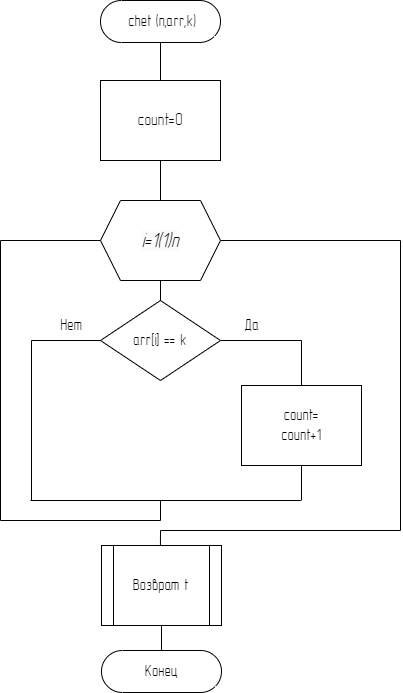
The draw.io diagram LAB_VP_4_7.png in KirillBaboshko/labvp4, before a commit. Source tidied: cells renumbered, new cells last; positions are measured from the earlier drawing's top-left corner, leaving out a move shared by most shapes.
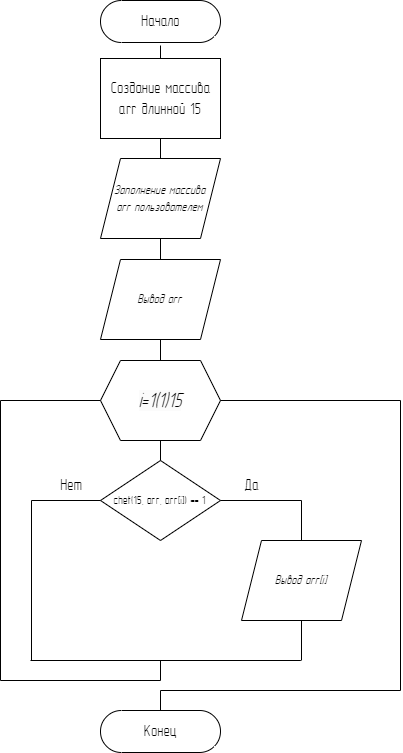
After the commit.

The edit, as a diff of the source:
```diff
@@ -2,96 +2,101 @@
   <root>
     <mxCell id="0" />
     <mxCell id="1" parent="0" />
-    <mxCell id="2" value="&lt;font style=&quot;font-size: 16px;&quot;&gt;&amp;nbsp;chet&lt;font style=&quot;font-size: 16px;&quot;&gt;&amp;nbsp;(n,arr,k)&lt;/font&gt;&lt;/font&gt;" style="html=1;dashed=0;whiteSpace=wrap;shape=mxgraph.dfd.start;fontFamily=GOST type A;" parent="1" vertex="1">
-      <mxGeometry x="100" width="120" height="42" as="geometry" />
-    </mxCell>
-    <mxCell id="3" style="endArrow=none;html=1;rounded=0;entryX=0.5;entryY=0.5;entryDx=0;entryDy=21;entryPerimeter=0;exitX=0.5;exitY=0;exitDx=0;exitDy=0;" parent="1" edge="1" source="4" target="2">
-      <mxGeometry relative="1" as="geometry" />
-    </mxCell>
-    <mxCell id="4" value="&lt;div style=&quot;font-size: 17px;&quot;&gt;&lt;font face=&quot;GOST Type A&quot;&gt;count=0&lt;/font&gt;&lt;/div&gt;" style="rounded=0;whiteSpace=wrap;html=1;" parent="1" vertex="1">
-      <mxGeometry x="100" y="80" width="120" height="80" as="geometry" />
-    </mxCell>
-    <mxCell id="5" style="endArrow=none;html=1;rounded=0;entryX=0.5;entryY=1;entryDx=0;entryDy=0;exitX=0.5;exitY=0;exitDx=0;exitDy=0;" parent="1" edge="1" target="4">
-      <mxGeometry relative="1" as="geometry">
-        <mxPoint x="160" y="200" as="sourcePoint" />
-      </mxGeometry>
-    </mxCell>
-    <mxCell id="6" value="&lt;font style=&quot;font-size: 16px;&quot; face=&quot;GOST Type A&quot;&gt;Возврат t&lt;/font&gt;" style="shape=process;whiteSpace=wrap;html=1;backgroundOutline=1;" parent="1" vertex="1">
-      <mxGeometry x="101" y="545" width="120" height="80" as="geometry" />
-    </mxCell>
+    <mxCell id="22" value="&lt;span style=&quot;font-size: 16px;&quot;&gt;Начало&lt;/span&gt;" style="html=1;dashed=0;whiteSpace=wrap;shape=mxgraph.dfd.start;fontFamily=GOST type A;" parent="1" vertex="1">
+      <mxGeometry x="100" y="-160" width="120" height="42" as="geometry" />
+    </mxCell>
+    <mxCell id="23" style="endArrow=none;html=1;rounded=0;entryX=0.5;entryY=0.5;entryDx=0;entryDy=24;entryPerimeter=0;exitX=0.5;exitY=0;exitDx=0;exitDy=0;" parent="1" edge="1" source="26" target="22">
+      <mxGeometry relative="1" as="geometry" />
+    </mxCell>
+    <mxCell id="24" value="&lt;p style=&quot;line-height:12.25pt;mso-line-height-rule:exactly&quot; class=&quot;MsoNormal&quot;&gt;&lt;i style=&quot;border-color: var(--border-color); font-family: &amp;quot;GOST Type A&amp;quot;; font-size: 13px;&quot;&gt;Заполнение массива&lt;br style=&quot;border-color: var(--border-color);&quot;&gt;arr пользователем&lt;/i&gt;&lt;br&gt;&lt;/p&gt;" style="shape=parallelogram;perimeter=parallelogramPerimeter;whiteSpace=wrap;html=1;fixedSize=1;" parent="1" vertex="1">
+      <mxGeometry x="100" y="-2" width="120" height="80" as="geometry" />
+    </mxCell>
+    <mxCell id="25" style="endArrow=none;html=1;rounded=0;entryX=0.5;entryY=1;entryDx=0;entryDy=0;exitX=0.5;exitY=0;exitDx=0;exitDy=0;" parent="1" edge="1" source="28" target="24">
+      <mxGeometry relative="1" as="geometry" />
+    </mxCell>
+    <mxCell id="26" value="&lt;div style=&quot;font-size: 16px;&quot;&gt;&lt;div style=&quot;&quot;&gt;&lt;font face=&quot;GOST Type A&quot;&gt;Создание массива arr длинной 15&lt;/font&gt;&lt;/div&gt;&lt;/div&gt;" style="rounded=0;whiteSpace=wrap;html=1;" parent="1" vertex="1">
+      <mxGeometry x="100" y="-102" width="120" height="80" as="geometry" />
+    </mxCell>
+    <mxCell id="27" style="endArrow=none;html=1;rounded=0;entryX=0.5;entryY=1;entryDx=0;entryDy=0;exitX=0.5;exitY=0;exitDx=0;exitDy=0;" parent="1" edge="1" source="24" target="26">
+      <mxGeometry relative="1" as="geometry" />
+    </mxCell>
+    <mxCell id="28" value="&lt;p style=&quot;line-height:12.25pt;mso-line-height-rule:exactly&quot; class=&quot;MsoNormal&quot;&gt;&lt;font face=&quot;GOST Type A&quot;&gt;&lt;span style=&quot;font-size: 13px;&quot;&gt;&lt;i&gt;Вывод arr&lt;/i&gt;&lt;/span&gt;&lt;/font&gt;&lt;/p&gt;" style="shape=parallelogram;perimeter=parallelogramPerimeter;whiteSpace=wrap;html=1;fixedSize=1;" parent="1" vertex="1">
+      <mxGeometry x="100" y="99" width="120" height="80" as="geometry" />
+    </mxCell>
+    <mxCell id="29" value="&lt;font style=&quot;font-size: 20px;&quot; face=&quot;GOST Type A&quot;&gt;&lt;i style=&quot;border-color: var(--border-color); color: rgb(0, 0, 0); font-variant-ligatures: normal; font-variant-caps: normal; font-weight: 400; letter-spacing: normal; orphans: 2; text-align: center; text-indent: 0px; text-transform: none; widows: 2; word-spacing: 0px; -webkit-text-stroke-width: 0px; background-color: rgb(251, 251, 251); text-decoration-thickness: initial; text-decoration-style: initial; text-decoration-color: initial; font-size: 20px;&quot;&gt;i=1(1)15&lt;/i&gt;&lt;/font&gt;" style="shape=hexagon;perimeter=hexagonPerimeter2;whiteSpace=wrap;html=1;fixedSize=1;fontSize=20;" parent="1" vertex="1">
+      <mxGeometry x="100" y="200" width="120" height="80" as="geometry" />
+    </mxCell>
+    <mxCell id="30" value="&lt;font style=&quot;font-size: 12px;&quot; face=&quot;GOST Type A&quot;&gt;chet(15, arr, arr[i]) == 1&lt;/font&gt;" style="rhombus;whiteSpace=wrap;html=1;" parent="1" vertex="1">
+      <mxGeometry x="100" y="300" width="120" height="80" as="geometry" />
+    </mxCell>
+    <mxCell id="31" style="endArrow=none;html=1;rounded=0;entryX=1;entryY=0.5;entryDx=0;entryDy=0;exitX=0.5;exitY=0;exitDx=0;exitDy=0;" parent="1" edge="1" target="30">
+      <mxGeometry relative="1" as="geometry">
+        <mxPoint x="301" y="385" as="sourcePoint" />
+        <Array as="points">
+          <mxPoint x="301" y="340" />
+        </Array>
+      </mxGeometry>
+    </mxCell>
+    <mxCell id="12" value="&lt;font style=&quot;font-size: 16px;&quot; face=&quot;GOST Type A&quot;&gt;Да&lt;/font&gt;" style="text;html=1;strokeColor=none;fillColor=none;align=center;verticalAlign=middle;whiteSpace=wrap;rounded=0;" parent="1" vertex="1">
+      <mxGeometry x="221" y="310" width="60" height="30" as="geometry" />
+    </mxCell>
+    <mxCell id="32" style="endArrow=none;html=1;rounded=0;entryX=0;entryY=0.5;entryDx=0;entryDy=0;" parent="1" edge="1" target="30">
+      <mxGeometry relative="1" as="geometry">
+        <mxPoint x="31" y="500" as="sourcePoint" />
+        <Array as="points">
+          <mxPoint x="31" y="340" />
+        </Array>
+      </mxGeometry>
+    </mxCell>
+    <mxCell id="15" value="&lt;font style=&quot;font-size: 16px;&quot; face=&quot;GOST Type A&quot;&gt;Нет&lt;/font&gt;" style="text;html=1;strokeColor=none;fillColor=none;align=center;verticalAlign=middle;whiteSpace=wrap;rounded=0;" parent="1" vertex="1">
+      <mxGeometry x="41" y="310" width="60" height="30" as="geometry" />
+    </mxCell>
+    <mxCell id="33" style="endArrow=none;html=1;rounded=0;entryX=0.5;entryY=1;entryDx=0;entryDy=0;" parent="1" edge="1" target="40">
+      <mxGeometry relative="1" as="geometry">
+        <mxPoint x="301" y="500" as="sourcePoint" />
+      </mxGeometry>
+    </mxCell>
+    <mxCell id="34" style="endArrow=none;html=1;rounded=0;entryX=0.5;entryY=1;entryDx=0;entryDy=0;exitX=0.5;exitY=0;exitDx=0;exitDy=0;" parent="1" edge="1" source="30" target="29">
+      <mxGeometry relative="1" as="geometry" />
+    </mxCell>
+    <mxCell id="35" style="endArrow=none;html=1;rounded=0;" parent="1" edge="1">
+      <mxGeometry relative="1" as="geometry">
+        <mxPoint x="300.4" y="500" as="sourcePoint" />
+        <mxPoint x="30" y="500" as="targetPoint" />
+      </mxGeometry>
+    </mxCell>
+    <mxCell id="36" style="endArrow=none;html=1;rounded=0;" parent="1" edge="1">
+      <mxGeometry relative="1" as="geometry">
+        <mxPoint x="160" y="520" as="sourcePoint" />
+        <mxPoint x="160" y="500" as="targetPoint" />
+      </mxGeometry>
+    </mxCell>
+    <mxCell id="37" style="endArrow=none;html=1;rounded=0;exitX=0;exitY=0.5;exitDx=0;exitDy=0;" parent="1" edge="1" source="29">
+      <mxGeometry relative="1" as="geometry">
+        <mxPoint x="160" y="520" as="targetPoint" />
+        <Array as="points">
+          <mxPoint y="240" />
+          <mxPoint y="520" />
+        </Array>
+      </mxGeometry>
+    </mxCell>
+    <mxCell id="38" style="endArrow=none;html=1;rounded=0;entryX=1;entryY=0.5;entryDx=0;entryDy=0;exitX=0.5;exitY=0.5;exitDx=0;exitDy=-21;exitPerimeter=0;" parent="1" edge="1" source="7" target="29">
+      <mxGeometry relative="1" as="geometry">
+        <Array as="points">
+          <mxPoint x="160" y="530" />
+          <mxPoint x="400" y="530" />
+          <mxPoint x="400" y="240" />
+        </Array>
+      </mxGeometry>
+    </mxCell>
+    <mxCell id="39" style="endArrow=none;html=1;rounded=0;entryX=0.5;entryY=1;entryDx=0;entryDy=0;exitX=0.5;exitY=0;exitDx=0;exitDy=0;" parent="1" edge="1" source="29" target="28">
+      <mxGeometry relative="1" as="geometry" />
+    </mxCell>
+    <mxCell id="40" value="&lt;p style=&quot;line-height:12.25pt;mso-line-height-rule:exactly&quot; class=&quot;MsoNormal&quot;&gt;&lt;font face=&quot;GOST Type A&quot;&gt;&lt;span style=&quot;font-size: 13px;&quot;&gt;&lt;i&gt;Вывод arr[i]&lt;/i&gt;&lt;/span&gt;&lt;/font&gt;&lt;/p&gt;" style="shape=parallelogram;perimeter=parallelogramPerimeter;whiteSpace=wrap;html=1;fixedSize=1;" parent="1" vertex="1">
+      <mxGeometry x="241" y="380" width="120" height="80" as="geometry" />
+    </mxCell>
     <mxCell id="7" value="&lt;font style=&quot;font-size: 16px;&quot;&gt;Конец&lt;/font&gt;" style="html=1;dashed=0;whiteSpace=wrap;shape=mxgraph.dfd.start;fontFamily=GOST type A;" parent="1" vertex="1">
-      <mxGeometry x="101" y="650" width="120" height="42" as="geometry" />
+      <mxGeometry x="100" y="550" width="120" height="42" as="geometry" />
     </mxCell>
-    <mxCell id="8" style="endArrow=none;html=1;rounded=0;entryX=0.5;entryY=1;entryDx=0;entryDy=0;exitX=0.5;exitY=0.5;exitDx=0;exitDy=-21;exitPerimeter=0;" parent="1" edge="1" source="7" target="6">
-      <mxGeometry relative="1" as="geometry" />
-    </mxCell>
-    <mxCell id="9" value="&lt;font style=&quot;font-size: 20px;&quot; face=&quot;GOST Type A&quot;&gt;&lt;i style=&quot;border-color: var(--border-color); color: rgb(0, 0, 0); font-variant-ligatures: normal; font-variant-caps: normal; font-weight: 400; letter-spacing: normal; orphans: 2; text-align: center; text-indent: 0px; text-transform: none; widows: 2; word-spacing: 0px; -webkit-text-stroke-width: 0px; background-color: rgb(251, 251, 251); text-decoration-thickness: initial; text-decoration-style: initial; text-decoration-color: initial; font-size: 20px;&quot;&gt;i=1(1)n&lt;/i&gt;&lt;/font&gt;" style="shape=hexagon;perimeter=hexagonPerimeter2;whiteSpace=wrap;html=1;fixedSize=1;fontSize=20;" parent="1" vertex="1">
-      <mxGeometry x="100" y="200" width="120" height="80" as="geometry" />
-    </mxCell>
-    <mxCell id="10" value="&lt;font style=&quot;font-size: 16px;&quot; face=&quot;GOST Type A&quot;&gt;arr[i] == k&lt;/font&gt;" style="rhombus;whiteSpace=wrap;html=1;" parent="1" vertex="1">
-      <mxGeometry x="100" y="300" width="120" height="80" as="geometry" />
-    </mxCell>
-    <mxCell id="11" style="endArrow=none;html=1;rounded=0;entryX=1;entryY=0.5;entryDx=0;entryDy=0;exitX=0.5;exitY=0;exitDx=0;exitDy=0;" parent="1" edge="1" source="13" target="10">
-      <mxGeometry relative="1" as="geometry">
-        <Array as="points">
-          <mxPoint x="301" y="340" />
-        </Array>
-      </mxGeometry>
-    </mxCell>
-    <mxCell id="12" value="&lt;font style=&quot;font-size: 16px;&quot; face=&quot;GOST Type A&quot;&gt;Да&lt;/font&gt;" style="text;html=1;strokeColor=none;fillColor=none;align=center;verticalAlign=middle;whiteSpace=wrap;rounded=0;" parent="1" vertex="1">
-      <mxGeometry x="221" y="310" width="60" height="30" as="geometry" />
-    </mxCell>
-    <mxCell id="13" value="&lt;font face=&quot;GOST Type A&quot; style=&quot;font-size: 16px;&quot;&gt;&lt;font style=&quot;border-color: var(--border-color); font-size: 16px;&quot;&gt;&lt;div style=&quot;&quot;&gt;&lt;font style=&quot;font-size: 16px;&quot;&gt;count=&lt;/font&gt;&lt;br&gt;&lt;/div&gt;&lt;/font&gt;count+1&lt;/font&gt;" style="rounded=0;whiteSpace=wrap;html=1;" parent="1" vertex="1">
-      <mxGeometry x="241" y="385" width="120" height="80" as="geometry" />
-    </mxCell>
-    <mxCell id="14" style="endArrow=none;html=1;rounded=0;entryX=0;entryY=0.5;entryDx=0;entryDy=0;" parent="1" edge="1" target="10">
-      <mxGeometry relative="1" as="geometry">
-        <mxPoint x="31" y="500" as="sourcePoint" />
-        <Array as="points">
-          <mxPoint x="31" y="340" />
-        </Array>
-      </mxGeometry>
-    </mxCell>
-    <mxCell id="15" value="&lt;font style=&quot;font-size: 16px;&quot; face=&quot;GOST Type A&quot;&gt;Нет&lt;/font&gt;" style="text;html=1;strokeColor=none;fillColor=none;align=center;verticalAlign=middle;whiteSpace=wrap;rounded=0;" parent="1" vertex="1">
-      <mxGeometry x="41" y="310" width="60" height="30" as="geometry" />
-    </mxCell>
-    <mxCell id="16" style="endArrow=none;html=1;rounded=0;entryX=0.5;entryY=1;entryDx=0;entryDy=0;" parent="1" edge="1" target="13">
-      <mxGeometry relative="1" as="geometry">
-        <mxPoint x="301" y="500" as="sourcePoint" />
-      </mxGeometry>
-    </mxCell>
-    <mxCell id="17" style="endArrow=none;html=1;rounded=0;entryX=0.5;entryY=1;entryDx=0;entryDy=0;exitX=0.5;exitY=0;exitDx=0;exitDy=0;" parent="1" edge="1" source="10" target="9">
-      <mxGeometry relative="1" as="geometry" />
-    </mxCell>
-    <mxCell id="18" style="endArrow=none;html=1;rounded=0;" parent="1" edge="1">
-      <mxGeometry relative="1" as="geometry">
-        <mxPoint x="300.4" y="500" as="sourcePoint" />
-        <mxPoint x="30" y="500" as="targetPoint" />
-      </mxGeometry>
-    </mxCell>
-    <mxCell id="19" style="endArrow=none;html=1;rounded=0;" parent="1" edge="1">
-      <mxGeometry relative="1" as="geometry">
-        <mxPoint x="160" y="520" as="sourcePoint" />
-        <mxPoint x="160" y="500" as="targetPoint" />
-      </mxGeometry>
-    </mxCell>
-    <mxCell id="20" style="endArrow=none;html=1;rounded=0;exitX=0;exitY=0.5;exitDx=0;exitDy=0;" parent="1" edge="1" source="9">
-      <mxGeometry relative="1" as="geometry">
-        <mxPoint x="160" y="520" as="targetPoint" />
-        <Array as="points">
-          <mxPoint y="240" />
-          <mxPoint y="520" />
-        </Array>
-      </mxGeometry>
-    </mxCell>
-    <mxCell id="21" style="endArrow=none;html=1;rounded=0;entryX=1;entryY=0.5;entryDx=0;entryDy=0;exitX=0.491;exitY=0.004;exitDx=0;exitDy=0;exitPerimeter=0;" parent="1" edge="1" source="6" target="9">
-      <mxGeometry relative="1" as="geometry">
-        <Array as="points">
-          <mxPoint x="160" y="530" />
-          <mxPoint x="400" y="530" />
-          <mxPoint x="400" y="240" />
-        </Array>
-      </mxGeometry>
-    </mxCell>
   </root>
 </mxGraphModel>
```
